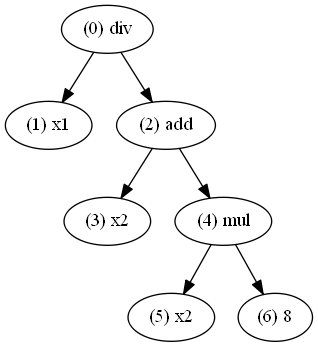
Earlier version of the Graphviz export GeneticProgramming/Digraph.gv.png (KobayashiKatsuki/EvolutionalComputation). Its source is kept beside it as GeneticProgramming/Digraph.gv. Its diagram source:
```dot
digraph {
	"(0) div"
	"(0) div" -> "(1) x1"
	"(0) div" -> "(2) add"
	"(1) x1"
	"(2) add"
	"(2) add" -> "(3) x2"
	"(2) add" -> "(4) mul"
	"(3) x2"
	"(4) mul"
	"(4) mul" -> "(5) x2"
	"(4) mul" -> "(6) 8"
	"(5) x2"
	"(6) 8"
}
```
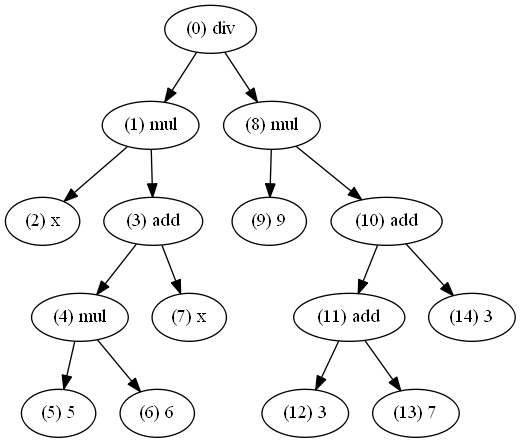
After the commit.

Diff of the diagram source:
```diff
@@ -1,15 +1,31 @@
 digraph {
 	"(0) div"
-	"(0) div" -> "(1) x1"
-	"(0) div" -> "(2) add"
-	"(1) x1"
-	"(2) add"
-	"(2) add" -> "(3) x2"
-	"(2) add" -> "(4) mul"
-	"(3) x2"
+	"(0) div" -> "(1) mul"
+	"(0) div" -> "(8) mul"
+	"(1) mul"
+	"(1) mul" -> "(2) x"
+	"(1) mul" -> "(3) add"
+	"(2) x"
+	"(3) add"
+	"(3) add" -> "(4) mul"
+	"(3) add" -> "(7) x"
 	"(4) mul"
-	"(4) mul" -> "(5) x2"
-	"(4) mul" -> "(6) 8"
-	"(5) x2"
-	"(6) 8"
+	"(4) mul" -> "(5) 5"
+	"(4) mul" -> "(6) 6"
+	"(5) 5"
+	"(6) 6"
+	"(7) x"
+	"(8) mul"
+	"(8) mul" -> "(9) 9"
+	"(8) mul" -> "(10) add"
+	"(9) 9"
+	"(10) add"
+	"(10) add" -> "(11) add"
+	"(10) add" -> "(14) 3"
+	"(11) add"
+	"(11) add" -> "(12) 3"
+	"(11) add" -> "(13) 7"
+	"(12) 3"
+	"(13) 7"
+	"(14) 3"
 }
```
